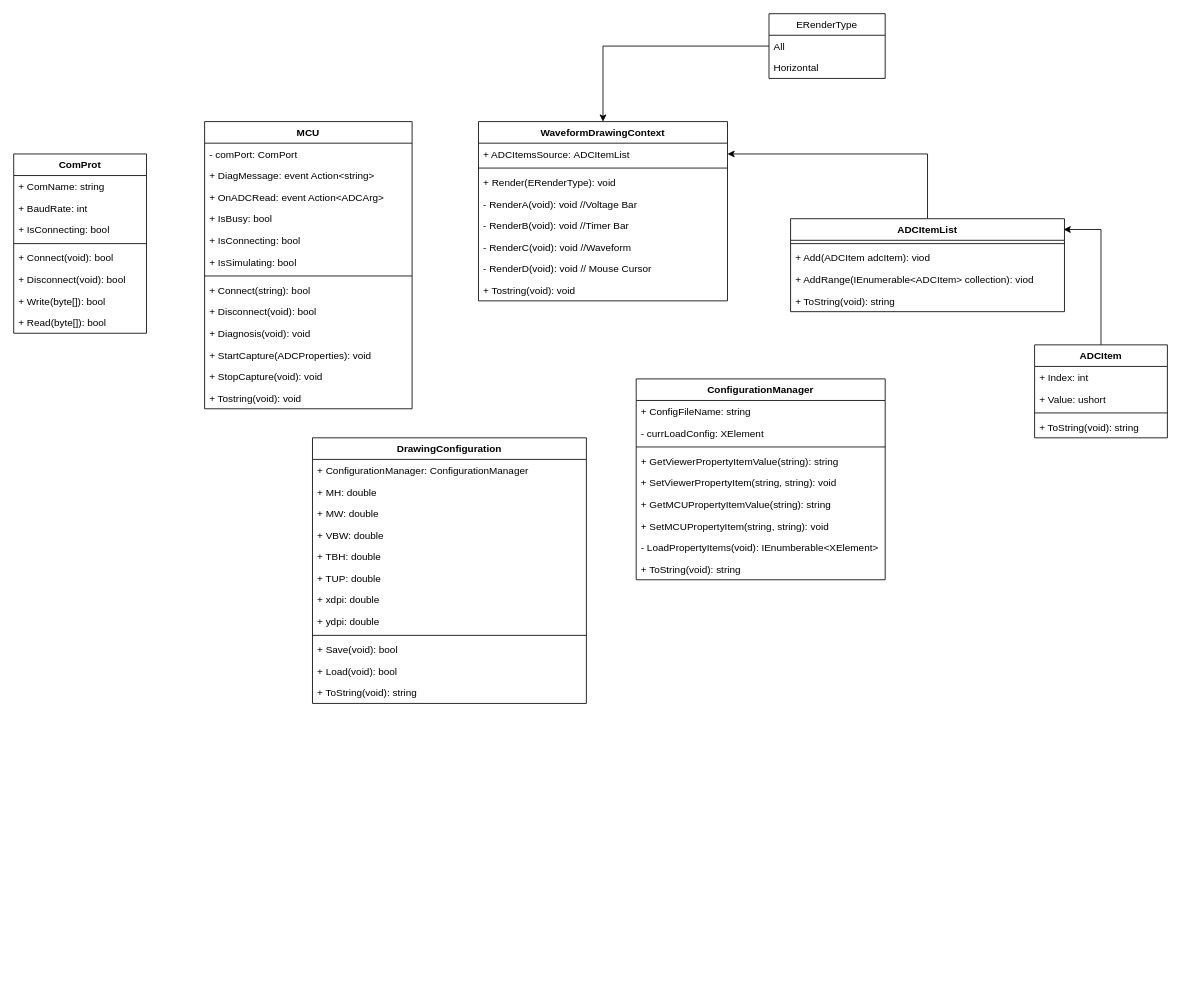
Before: page "UML Class Diagram" (5 of 5) of ADC Monitor.drawio in Jasson-Chou/SideProject, a draw.io diagram. Source tidied: cells renumbered, new cells numbered last; positions are measured from the earlier drawing's top-left corner, leaving out a move shared by most shapes. Both pictures are drawn from the tidied source at 83%, with x=0, y=0 at pixel (13, 13).
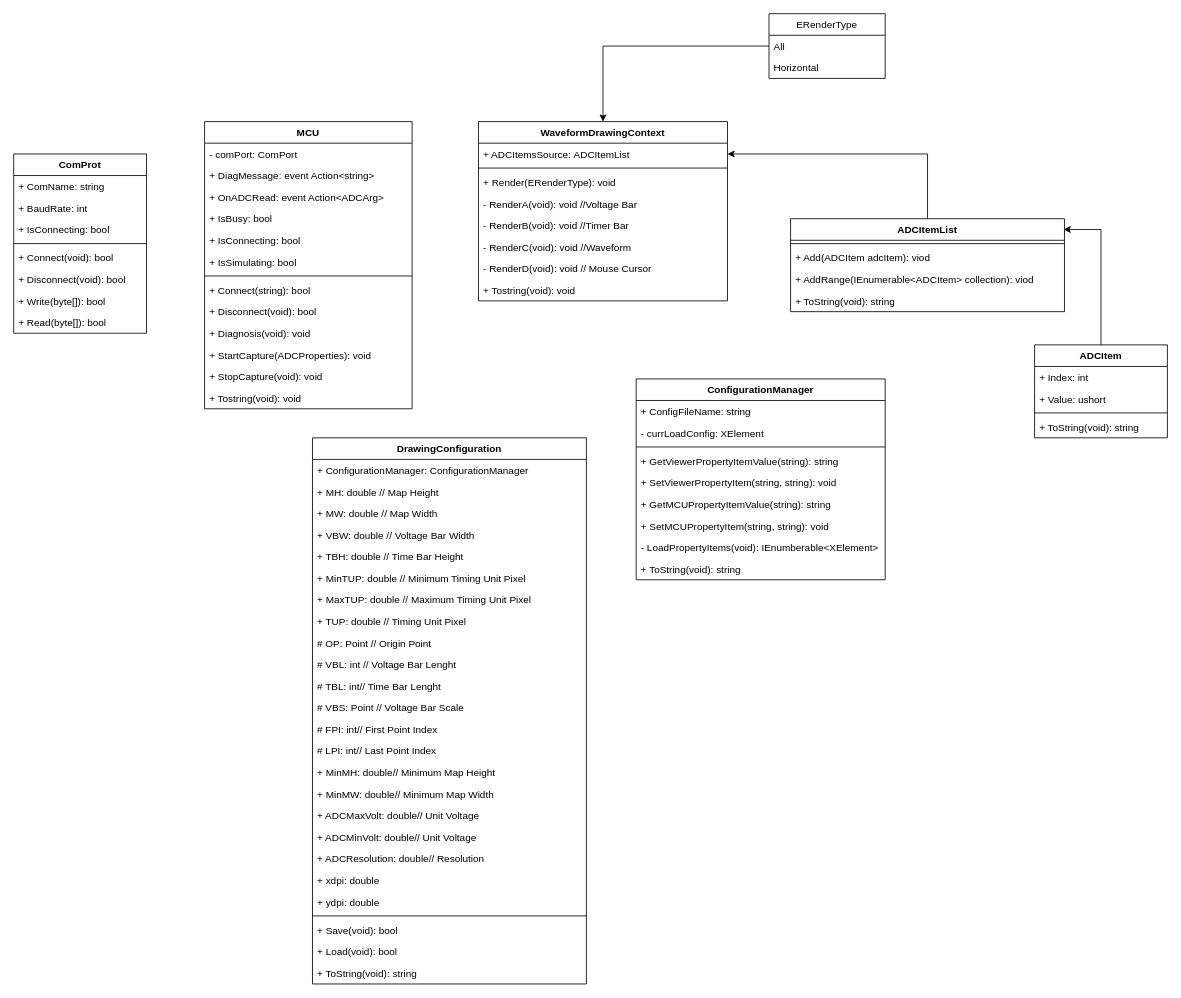
After the change.

What changed in the source:
```diff
@@
     <mxCell id="50" value="DrawingConfiguration" style="swimlane;fontStyle=1;align=center;verticalAlign=top;horizontal=1;startSize=26;" parent="1" vertex="1">
-      <mxGeometry x="360" y="511" width="330" height="320" as="geometry" />
+      <mxGeometry x="360" y="511" width="330" height="658" as="geometry" />
     </mxCell>
@@
-    <mxCell id="52" value="+ MH: double" style="text;strokeColor=none;fillColor=none;align=left;verticalAlign=top;spacingLeft=4;spacingRight=4;overflow=hidden;" parent="50" vertex="1">
+    <mxCell id="52" value="+ MH: double // Map Height" style="text;strokeColor=none;fillColor=none;align=left;verticalAlign=top;spacingLeft=4;spacingRight=4;overflow=hidden;" parent="50" vertex="1">
       <mxGeometry y="52" width="330" height="26" as="geometry" />
     </mxCell>
-    <mxCell id="53" value="+ MW: double" style="text;strokeColor=none;fillColor=none;align=left;verticalAlign=top;spacingLeft=4;spacingRight=4;overflow=hidden;" parent="50" vertex="1">
+    <mxCell id="53" value="+ MW: double // Map Width" style="text;strokeColor=none;fillColor=none;align=left;verticalAlign=top;spacingLeft=4;spacingRight=4;overflow=hidden;" parent="50" vertex="1">
       <mxGeometry y="78" width="330" height="26" as="geometry" />
     </mxCell>
-    <mxCell id="54" value="+ VBW: double" style="text;strokeColor=none;fillColor=none;align=left;verticalAlign=top;spacingLeft=4;spacingRight=4;overflow=hidden;" parent="50" vertex="1">
+    <mxCell id="54" value="+ VBW: double // Voltage Bar Width" style="text;strokeColor=none;fillColor=none;align=left;verticalAlign=top;spacingLeft=4;spacingRight=4;overflow=hidden;" parent="50" vertex="1">
       <mxGeometry y="104" width="330" height="26" as="geometry" />
     </mxCell>
-    <mxCell id="55" value="+ TBH: double" style="text;strokeColor=none;fillColor=none;align=left;verticalAlign=top;spacingLeft=4;spacingRight=4;overflow=hidden;" parent="50" vertex="1">
+    <mxCell id="55" value="+ TBH: double // Time Bar Height" style="text;strokeColor=none;fillColor=none;align=left;verticalAlign=top;spacingLeft=4;spacingRight=4;overflow=hidden;" parent="50" vertex="1">
       <mxGeometry y="130" width="330" height="26" as="geometry" />
     </mxCell>
+    <mxCell id="73" value="+ MinTUP: double // Minimum Timing Unit Pixel" style="text;strokeColor=none;fillColor=none;align=left;verticalAlign=top;spacingLeft=4;spacingRight=4;overflow=hidden;" parent="50" vertex="1">
+      <mxGeometry y="156" width="330" height="26" as="geometry" />
+    </mxCell>
+    <mxCell id="74" value="+ MaxTUP: double // Maximum Timing Unit Pixel" style="text;strokeColor=none;fillColor=none;align=left;verticalAlign=top;spacingLeft=4;spacingRight=4;overflow=hidden;" parent="50" vertex="1">
+      <mxGeometry y="182" width="330" height="26" as="geometry" />
+    </mxCell>
-    <mxCell id="56" value="+ TUP: double" style="text;strokeColor=none;fillColor=none;align=left;verticalAlign=top;spacingLeft=4;spacingRight=4;overflow=hidden;" parent="50" vertex="1">
-      <mxGeometry y="156" width="330" height="26" as="geometry" />
+    <mxCell id="56" value="+ TUP: double // Timing Unit Pixel" style="text;strokeColor=none;fillColor=none;align=left;verticalAlign=top;spacingLeft=4;spacingRight=4;overflow=hidden;" parent="50" vertex="1">
+      <mxGeometry y="208" width="330" height="26" as="geometry" />
     </mxCell>
+    <mxCell id="75" value="# OP: Point // Origin Point" style="text;strokeColor=none;fillColor=none;align=left;verticalAlign=top;spacingLeft=4;spacingRight=4;overflow=hidden;" parent="50" vertex="1">
+      <mxGeometry y="234" width="330" height="26" as="geometry" />
+    </mxCell>
+    <mxCell id="76" value="# VBL: int // Voltage Bar Lenght" style="text;strokeColor=none;fillColor=none;align=left;verticalAlign=top;spacingLeft=4;spacingRight=4;overflow=hidden;" parent="50" vertex="1">
+      <mxGeometry y="260" width="330" height="26" as="geometry" />
+    </mxCell>
+    <mxCell id="77" value="# TBL: int// Time Bar Lenght" style="text;strokeColor=none;fillColor=none;align=left;verticalAlign=top;spacingLeft=4;spacingRight=4;overflow=hidden;" parent="50" vertex="1">
+      <mxGeometry y="286" width="330" height="26" as="geometry" />
+    </mxCell>
+    <mxCell id="78" value="# VBS: Point // Voltage Bar Scale" style="text;strokeColor=none;fillColor=none;align=left;verticalAlign=top;spacingLeft=4;spacingRight=4;overflow=hidden;" parent="50" vertex="1">
+      <mxGeometry y="312" width="330" height="26" as="geometry" />
+    </mxCell>
+    <mxCell id="79" value="# FPI: int// First Point Index" style="text;strokeColor=none;fillColor=none;align=left;verticalAlign=top;spacingLeft=4;spacingRight=4;overflow=hidden;" parent="50" vertex="1">
+      <mxGeometry y="338" width="330" height="26" as="geometry" />
+    </mxCell>
+    <mxCell id="80" value="# LPI: int// Last Point Index" style="text;strokeColor=none;fillColor=none;align=left;verticalAlign=top;spacingLeft=4;spacingRight=4;overflow=hidden;" parent="50" vertex="1">
+      <mxGeometry y="364" width="330" height="26" as="geometry" />
+    </mxCell>
+    <mxCell id="81" value="+ MinMH: double// Minimum Map Height" style="text;strokeColor=none;fillColor=none;align=left;verticalAlign=top;spacingLeft=4;spacingRight=4;overflow=hidden;" parent="50" vertex="1">
+      <mxGeometry y="390" width="330" height="26" as="geometry" />
+    </mxCell>
+    <mxCell id="82" value="+ MinMW: double// Minimum Map Width" style="text;strokeColor=none;fillColor=none;align=left;verticalAlign=top;spacingLeft=4;spacingRight=4;overflow=hidden;" parent="50" vertex="1">
+      <mxGeometry y="416" width="330" height="26" as="geometry" />
+    </mxCell>
+    <mxCell id="83" value="+ ADCMaxVolt: double// Unit Voltage" style="text;strokeColor=none;fillColor=none;align=left;verticalAlign=top;spacingLeft=4;spacingRight=4;overflow=hidden;" parent="50" vertex="1">
+      <mxGeometry y="442" width="330" height="26" as="geometry" />
+    </mxCell>
+    <mxCell id="84" value="+ ADCMinVolt: double// Unit Voltage" style="text;strokeColor=none;fillColor=none;align=left;verticalAlign=top;spacingLeft=4;spacingRight=4;overflow=hidden;" parent="50" vertex="1">
+      <mxGeometry y="468" width="330" height="26" as="geometry" />
+    </mxCell>
+    <mxCell id="85" value="+ ADCResolution: double// Resolution" style="text;strokeColor=none;fillColor=none;align=left;verticalAlign=top;spacingLeft=4;spacingRight=4;overflow=hidden;" parent="50" vertex="1">
+      <mxGeometry y="494" width="330" height="26" as="geometry" />
+    </mxCell>
     <mxCell id="57" value="+ xdpi: double" style="text;strokeColor=none;fillColor=none;align=left;verticalAlign=top;spacingLeft=4;spacingRight=4;overflow=hidden;" parent="50" vertex="1">
-      <mxGeometry y="182" width="330" height="26" as="geometry" />
+      <mxGeometry y="520" width="330" height="26" as="geometry" />
     </mxCell>
     <mxCell id="58" value="+ ydpi: double" style="text;strokeColor=none;fillColor=none;align=left;verticalAlign=top;spacingLeft=4;spacingRight=4;overflow=hidden;" parent="50" vertex="1">
-      <mxGeometry y="208" width="330" height="26" as="geometry" />
+      <mxGeometry y="546" width="330" height="26" as="geometry" />
     </mxCell>
     <mxCell id="59" style="line;strokeWidth=1;fillColor=none;align=left;verticalAlign=middle;spacingTop=-1;spacingLeft=3;spacingRight=3;labelPosition=right;" parent="50" vertex="1">
-      <mxGeometry y="234" width="330" height="8" as="geometry" />
+      <mxGeometry y="572" width="330" height="8" as="geometry" />
     </mxCell>
     <mxCell id="60" value="+ Save(void): bool" style="text;strokeColor=none;fillColor=none;align=left;verticalAlign=top;spacingLeft=4;spacingRight=4;overflow=hidden;" parent="50" vertex="1">
-      <mxGeometry y="242" width="330" height="26" as="geometry" />
+      <mxGeometry y="580" width="330" height="26" as="geometry" />
     </mxCell>
     <mxCell id="61" value="+ Load(void): bool" style="text;strokeColor=none;fillColor=none;align=left;verticalAlign=top;spacingLeft=4;spacingRight=4;overflow=hidden;" parent="50" vertex="1">
-      <mxGeometry y="268" width="330" height="26" as="geometry" />
+      <mxGeometry y="606" width="330" height="26" as="geometry" />
     </mxCell>
     <mxCell id="62" value="+ ToString(void): string" style="text;strokeColor=none;fillColor=none;align=left;verticalAlign=top;spacingLeft=4;spacingRight=4;overflow=hidden;" parent="50" vertex="1">
-      <mxGeometry y="294" width="330" height="26" as="geometry" />
+      <mxGeometry y="632" width="330" height="26" as="geometry" />
     </mxCell>
```
